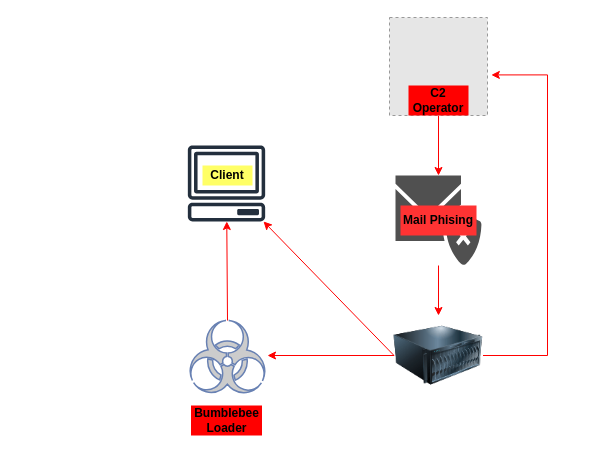
Before: APT_malware.drawio in caubengungo/IAM302t, a draw.io diagram. Source tidied: cells renumbered, new cells numbered last; positions are measured from the earlier drawing's top-left corner, leaving out a move shared by most shapes. Both pictures are drawn from the tidied source at 100%, with x=0, y=0 at pixel (187, 17). Pictures stored in the file or linked from it are replaced by grey dashed boxes.
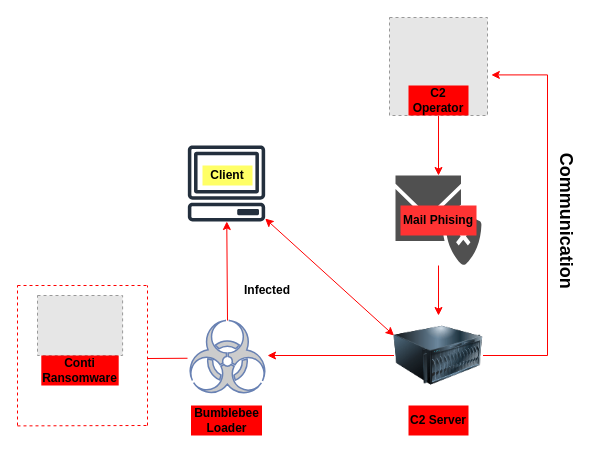
The same diagram, later.

Commit message (it also covers changes not shown here):
Cập nhật APT_malware.drawio

Unchanged cells that the change refers to:
```xml
<mxCell id="2" style="fontColor=#0066CC;verticalAlign=top;verticalLabelPosition=bottom;labelPosition=center;align=center;html=1;outlineConnect=0;fillColor=#CCCCCC;strokeColor=#6881B3;gradientColor=none;gradientDirection=north;strokeWidth=2;shape=mxgraph.networks.virus;" parent="1" vertex="1">
  <mxGeometry y="303" width="80" height="75" as="geometry" />
</mxCell>
<mxCell id="8" style="image;html=1;image=img/lib/clip_art/computers/Server_128x128.png;" parent="1" vertex="1">
  <mxGeometry x="206.5" y="298" width="89" height="80" as="geometry" />
</mxCell>
<mxCell id="12" style="sketch=0;outlineConnect=0;fontColor=#232F3E;gradientColor=none;fillColor=#232F3D;strokeColor=none;dashed=0;verticalLabelPosition=bottom;verticalAlign=top;align=center;html=1;fontSize=12;fontStyle=0;shape=mxgraph.aws4.client;" parent="1" vertex="1">
  <mxGeometry y="128" width="78" height="76" as="geometry" />
</mxCell>
```

The edit, as a diff of the source:
```diff
@@
-    <mxCell id="13" style="endArrow=classic;html=1;rounded=0;exitX=0;exitY=0.5;exitDx=0;exitDy=0;strokeColor=#FF0000;" parent="1" edge="1" source="8" target="12">
-      <mxGeometry relative="1" as="geometry" />
-    </mxCell>
@@
+    <mxCell id="17" value="&lt;b&gt;C2 Server&lt;/b&gt;" style="text;html=1;align=center;verticalAlign=middle;whiteSpace=wrap;rounded=0;fillColor=#FF0000;" parent="1" vertex="1">
+      <mxGeometry x="221" y="388" width="60" height="30" as="geometry" />
+    </mxCell>
+    <mxCell id="18" value="&lt;b&gt;&lt;font style=&quot;font-size: 18px;&quot;&gt;Communication&lt;/font&gt;&lt;/b&gt;" style="text;html=1;align=center;verticalAlign=middle;whiteSpace=wrap;rounded=0;rotation=90;fillColor=none;" parent="1" vertex="1">
+      <mxGeometry x="295.5" y="188" width="167.5" height="30" as="geometry" />
+    </mxCell>
+    <mxCell id="19" style="endArrow=none;dashed=1;html=1;rounded=0;strokeColor=#FF0000;" parent="1" edge="1">
+      <mxGeometry relative="1" as="geometry">
+        <mxPoint x="-170" y="268" as="sourcePoint" />
+        <mxPoint x="-40" y="268" as="targetPoint" />
+      </mxGeometry>
+    </mxCell>
+    <mxCell id="20" style="endArrow=none;dashed=1;html=1;rounded=0;strokeColor=#FF0000;" parent="1" edge="1">
+      <mxGeometry relative="1" as="geometry">
+        <mxPoint x="-40" y="408" as="sourcePoint" />
+        <mxPoint x="-40" y="268" as="targetPoint" />
+      </mxGeometry>
+    </mxCell>
+    <mxCell id="21" style="endArrow=none;dashed=1;html=1;rounded=0;strokeColor=#FF0000;" parent="1" edge="1">
+      <mxGeometry relative="1" as="geometry">
+        <mxPoint x="-170" y="408.4" as="sourcePoint" />
+        <mxPoint x="-40" y="408" as="targetPoint" />
+      </mxGeometry>
+    </mxCell>
+    <mxCell id="22" style="endArrow=none;dashed=1;html=1;rounded=0;strokeColor=#FF0000;" parent="1" edge="1">
+      <mxGeometry relative="1" as="geometry">
+        <mxPoint x="-170" y="408" as="sourcePoint" />
+        <mxPoint x="-170" y="268" as="targetPoint" />
+      </mxGeometry>
+    </mxCell>
+    <mxCell id="23" style="fillColor=#E6E6E6;strokeColor=#999999;dashed=1;verticalLabelPosition=bottom;labelBackgroundColor=default;verticalAlign=top;" parent="1" vertex="1">
+      <mxGeometry x="-150" y="278" width="85.1" height="60" as="geometry" />
+    </mxCell>
+    <mxCell id="24" style="endArrow=none;html=1;rounded=0;strokeColor=#FF0000;" parent="1" edge="1" source="2">
+      <mxGeometry relative="1" as="geometry">
+        <mxPoint x="-40" y="341" as="targetPoint" />
+      </mxGeometry>
+    </mxCell>
+    <mxCell id="25" value="&lt;b&gt;Conti&lt;/b&gt;&lt;div&gt;&lt;b&gt;Ransomware&lt;/b&gt;&lt;/div&gt;" style="text;html=1;align=center;verticalAlign=middle;whiteSpace=wrap;rounded=0;fillColor=#FF0000;" parent="1" vertex="1">
+      <mxGeometry x="-146.2" y="338" width="77.4" height="30" as="geometry" />
+    </mxCell>
+    <mxCell id="26" style="endArrow=classic;startArrow=classic;html=1;rounded=0;entryX=0;entryY=0.25;entryDx=0;entryDy=0;strokeColor=#FF0000;" parent="1" edge="1" source="12" target="8">
+      <mxGeometry relative="1" as="geometry" />
+    </mxCell>
+    <mxCell id="27" value="&lt;b&gt;Infected&lt;/b&gt;" style="text;html=1;align=center;verticalAlign=middle;whiteSpace=wrap;rounded=0;fillColor=none;" parent="1" vertex="1">
+      <mxGeometry x="50" y="258" width="60" height="30" as="geometry" />
+    </mxCell>
```
